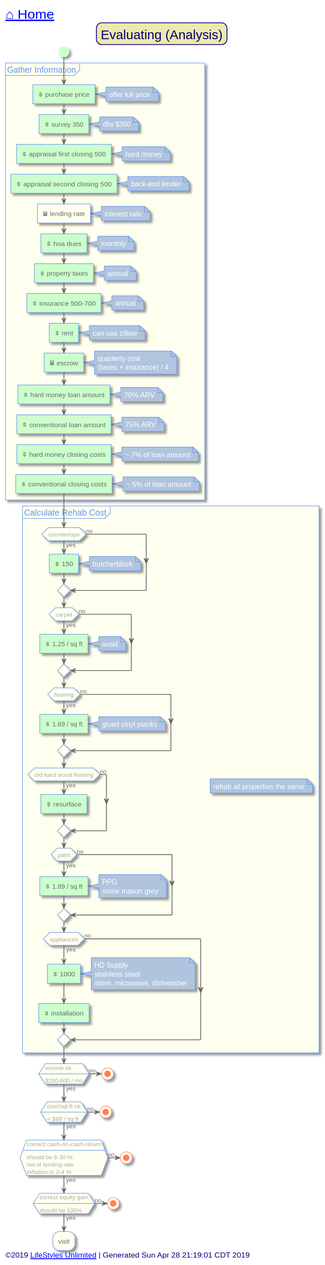
Before: out/src/single-family/evaluating.svg, a diagram exported from PlantUML (toddmo/lifestylesunlimited).
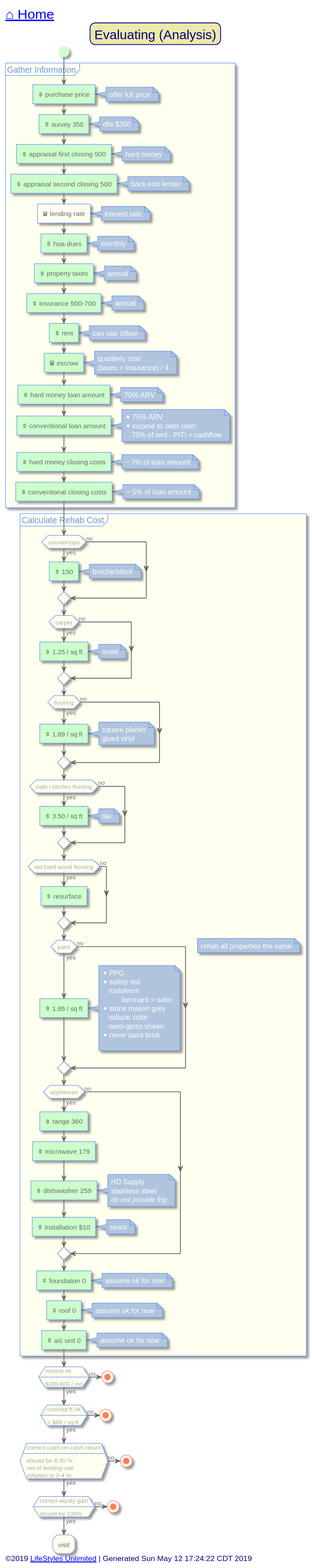
Above is the later version.

Change to the diagram source:
```diff
@@ -113,7 +113,9 @@
 		end note
 		#PHYSICAL:<&dollar> conventional loan amount]
 		note right
-			75% ARV
+			* 75% ARV
+			* income to debt ratio:
+			   75% of rent - PITI = cashflow
 		end note
 		#PHYSICAL:<&dollar> hard money closing costs]
 		note right
@@ -141,7 +143,16 @@
 
 		if(flooring) then (yes)
 			#PHYSICAL:<&dollar> 1.69 / sq ft]
-			note right:glued vinyl planks
+			note right
+				square planks
+				glued vinyl
+			end note
+		else (no)
+		endif
+
+		if(bath / kitchen flooring) then (yes)
+			#PHYSICAL:<&dollar> 3.50 / sq ft]
+			note right:tile
 		else (no)
 		endif
 
@@ -151,24 +162,50 @@
 		endif
 
 		if(paint) then (yes)
-			#PHYSICAL:<&dollar> 1.89 / sq ft]
+			#PHYSICAL:<&dollar> 1.85 / sq ft]
 			note right
-				PPG
-				stone mason grey
+				* PPG
+				* safety red
+				   rustoleum
+					 laminant = satin
+				* stone mason grey
+				   valspar color
+				   semi-gloss sheen
+				* never paint brick
+
 			end note
 		else (no)
 		endif
 
 		if(appliances) then (yes)
-			#PHYSICAL:<&dollar> 1000]
+			#PHYSICAL:<&dollar> range 360]
+			#PHYSICAL:<&dollar> microwave 179]
+			#PHYSICAL:<&dollar> dishwasher 259]
 			note right
 				HD Supply
 				stainless steel
-				stove, microwave, dishwasher
+				<i>do not provide frig
 			end note
-			#PHYSICAL:<&dollar> installation]
+			#PHYSICAL:<&dollar> installation $10]
+			note right
+				sears
+			end note
 		else (no)
 		endif
+
+		#PHYSICAL:<&dollar> foundation 0]
+		note right
+			assume ok for now
+		end note
+
+		#PHYSICAL:<&dollar> roof 0]
+		note right
+			assume ok for now
+		end note
+		#PHYSICAL:<&dollar> a/c unit 0]
+		note right
+			assume ok for now
+		end note
 	}
 
 	if(income ok\n----\n$200-600 / mo) then (no)
@@ -195,7 +232,7 @@
 
 
 left footer
-	<font size=14>©2019 [[http://www.lifestylesunlimited.com LifeStyles Unlimited]] | Generated Sun Apr 28 21:19:01 CDT 2019</font>
+	<font size=14>©2019 [[http://www.lifestylesunlimited.com LifeStyles Unlimited]] | Generated Sun May 12 17:24:22 CDT 2019</font>
 endfooter
 
 
```
